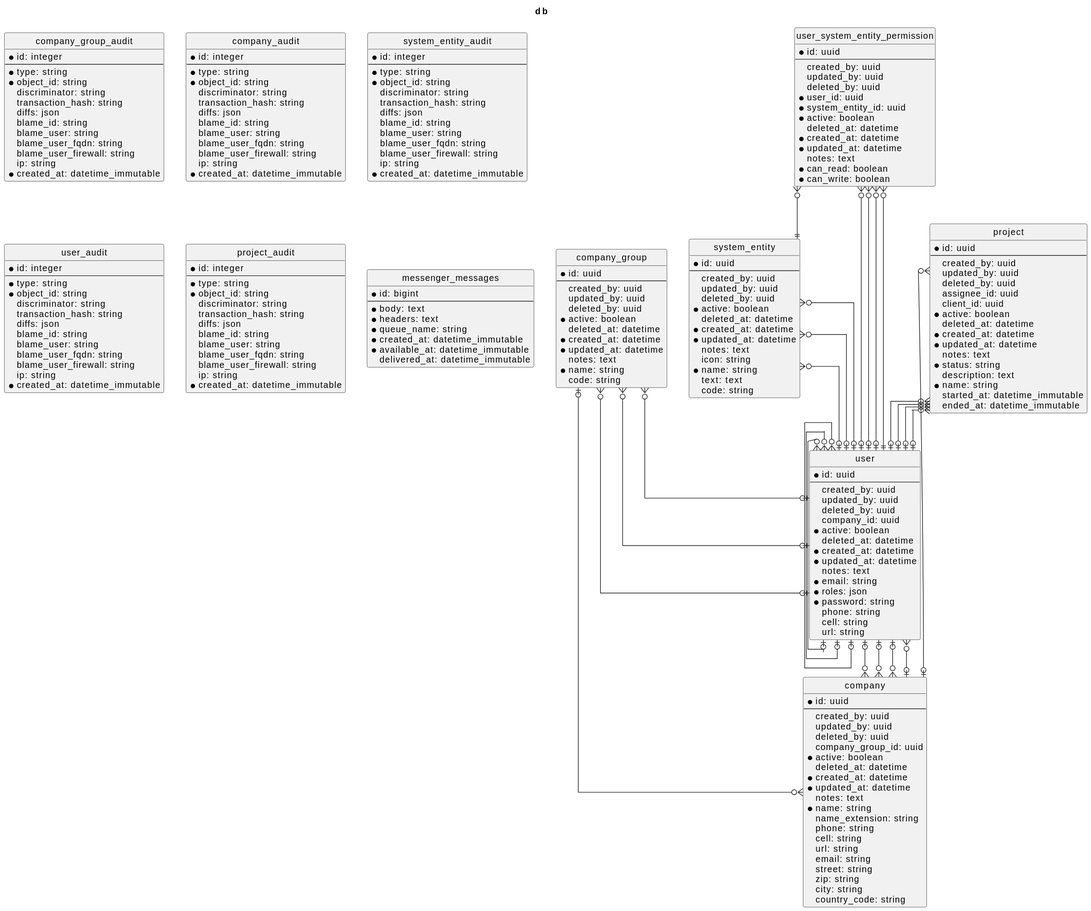
The PlantUML diagram assets/docs/diagram-er.svg in cschorr/symfony-core-bundle, before a commit.
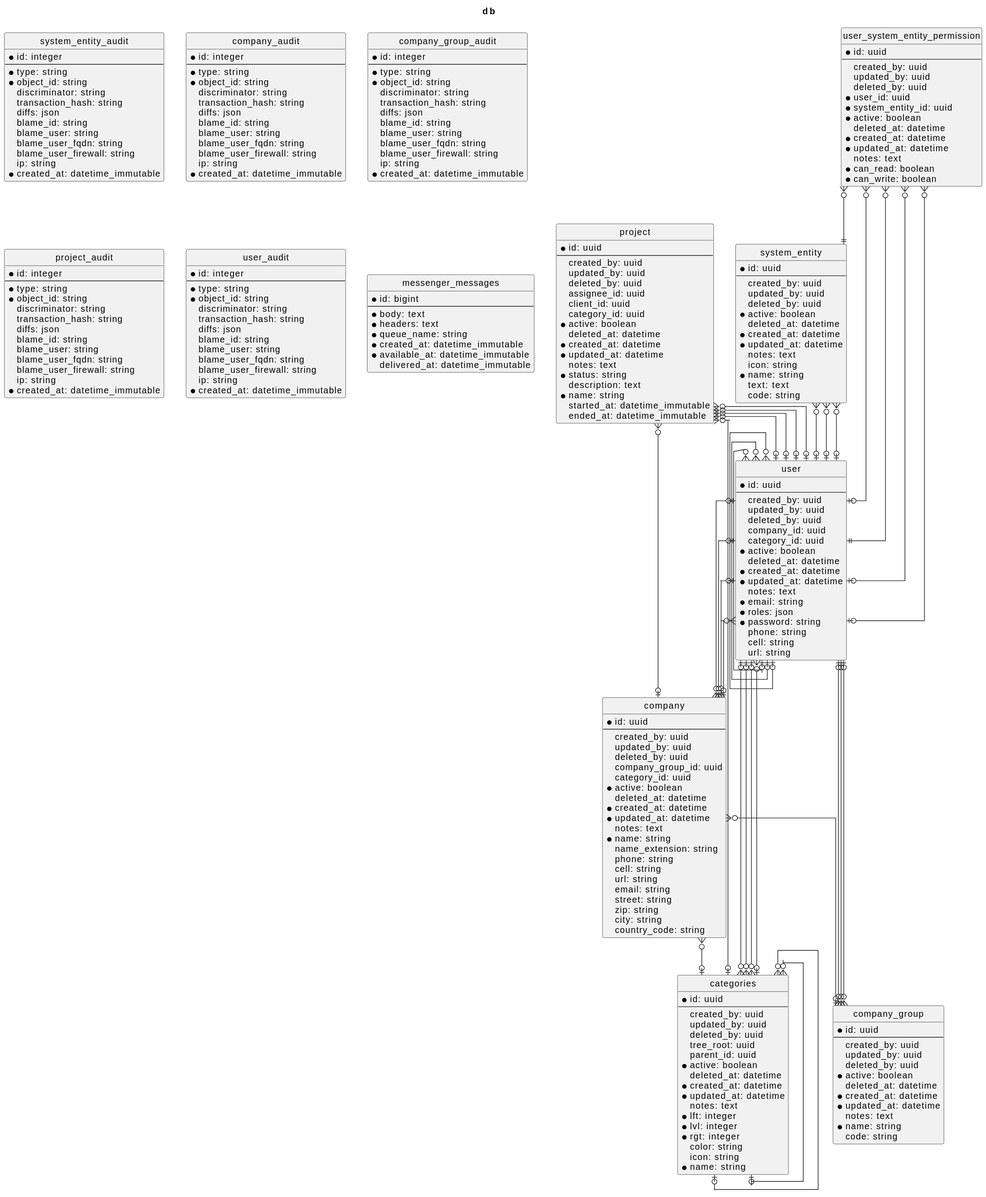
Later version of the same file.

Commit message:
feat: add categories to user & project

Diff of the diagram source:
```diff
@@ -5,7 +5,7 @@
 skinparam LineType Ortho
 title db
 !theme _none_
-entity company_group_audit {
+entity system_entity_audit {
 * id: integer
 --
 * type: string
@@ -35,7 +35,22 @@
  ip: string
 * created_at: datetime_immutable
 }
-entity system_entity_audit {
+entity company_group_audit {
+* id: integer
+--
+* type: string
+* object_id: string
+ discriminator: string
+ transaction_hash: string
+ diffs: json
+ blame_id: string
+ blame_user: string
+ blame_user_fqdn: string
+ blame_user_firewall: string
+ ip: string
+* created_at: datetime_immutable
+}
+entity project_audit {
 * id: integer
 --
 * type: string
@@ -65,21 +80,6 @@
  ip: string
 * created_at: datetime_immutable
 }
-entity project_audit {
-* id: integer
---
-* type: string
-* object_id: string
- discriminator: string
- transaction_hash: string
- diffs: json
- blame_id: string
- blame_user: string
- blame_user_fqdn: string
- blame_user_firewall: string
- ip: string
-* created_at: datetime_immutable
-}
 entity messenger_messages {
 * id: bigint
 --
@@ -89,43 +89,6 @@
 * created_at: datetime_immutable
 * available_at: datetime_immutable
  delivered_at: datetime_immutable
-}
-entity company_group {
-* id: uuid
---
- created_by: uuid
- updated_by: uuid
- deleted_by: uuid
-* active: boolean
- deleted_at: datetime
-* created_at: datetime
-* updated_at: datetime
- notes: text
-* name: string
- code: string
-}
-entity company {
-* id: uuid
---
- created_by: uuid
- updated_by: uuid
- deleted_by: uuid
- company_group_id: uuid
-* active: boolean
- deleted_at: datetime
-* created_at: datetime
-* updated_at: datetime
- notes: text
-* name: string
- name_extension: string
- phone: string
- cell: string
- url: string
- email: string
- street: string
- zip: string
- city: string
- country_code: string
 }
 entity system_entity {
 * id: uuid
@@ -159,6 +122,84 @@
 * can_read: boolean
 * can_write: boolean
 }
+entity company {
+* id: uuid
+--
+ created_by: uuid
+ updated_by: uuid
+ deleted_by: uuid
+ company_group_id: uuid
+ category_id: uuid
+* active: boolean
+ deleted_at: datetime
+* created_at: datetime
+* updated_at: datetime
+ notes: text
+* name: string
+ name_extension: string
+ phone: string
+ cell: string
+ url: string
+ email: string
+ street: string
+ zip: string
+ city: string
+ country_code: string
+}
+entity company_group {
+* id: uuid
+--
+ created_by: uuid
+ updated_by: uuid
+ deleted_by: uuid
+* active: boolean
+ deleted_at: datetime
+* created_at: datetime
+* updated_at: datetime
+ notes: text
+* name: string
+ code: string
+}
+entity categories {
+* id: uuid
+--
+ created_by: uuid
+ updated_by: uuid
+ deleted_by: uuid
+ tree_root: uuid
+ parent_id: uuid
+* active: boolean
+ deleted_at: datetime
+* created_at: datetime
+* updated_at: datetime
+ notes: text
+* lft: integer
+* lvl: integer
+* rgt: integer
+ color: string
+ icon: string
+* name: string
+}
+entity project {
+* id: uuid
+--
+ created_by: uuid
+ updated_by: uuid
+ deleted_by: uuid
+ assignee_id: uuid
+ client_id: uuid
+ category_id: uuid
+* active: boolean
+ deleted_at: datetime
+* created_at: datetime
+* updated_at: datetime
+ notes: text
+* status: string
+ description: text
+* name: string
+ started_at: datetime_immutable
+ ended_at: datetime_immutable
+}
 entity user {
 * id: uuid
 --
@@ -166,6 +207,7 @@
  updated_by: uuid
  deleted_by: uuid
  company_id: uuid
+ category_id: uuid
 * active: boolean
  deleted_at: datetime
 * created_at: datetime
@@ -178,47 +220,36 @@
  cell: string
  url: string
 }
-entity project {
-* id: uuid
---
- created_by: uuid
- updated_by: uuid
- deleted_by: uuid
- assignee_id: uuid
- client_id: uuid
-* active: boolean
- deleted_at: datetime
-* created_at: datetime
-* updated_at: datetime
- notes: text
-* status: string
- description: text
-* name: string
- started_at: datetime_immutable
- ended_at: datetime_immutable
-}
-company_group }o--o| user
-company_group }o--o| user
-company_group }o--o| user
+system_entity }o--o| user
+system_entity }o--o| user
+system_entity }o--o| user
+user_system_entity_permission }o--|| system_entity
+user_system_entity_permission }o--o| user
+user_system_entity_permission }o--|| user
+user_system_entity_permission }o--o| user
+user_system_entity_permission }o--o| user
+company }o--o| categories
 company }o--o| user
 company }o--o| user
 company }o--o| company_group
 company }o--o| user
-system_entity }o--o| user
-system_entity }o--o| user
-system_entity }o--o| user
-user_system_entity_permission }o--o| user
-user_system_entity_permission }o--o| user
-user_system_entity_permission }o--|| system_entity
-user_system_entity_permission }o--o| user
-user_system_entity_permission }o--|| user
-user }o--o| company
+company_group }o--o| user
+company_group }o--o| user
+company_group }o--o| user
+categories }o--o| user
+categories }o--o| user
+categories }o--o| categories
+categories }o--o| user
+categories }o--o| categories
+project }o--o| user
+project }o--o| company
+project }o--o| user
+project }o--o| categories
+project }o--o| user
+project }o--o| user
 user }o--o| user
 user }o--o| user
 user }o--o| user
-project }o--o| company
-project }o--o| user
-project }o--o| user
-project }o--o| user
-project }o--o| user
+user }o--o| categories
+user }o--o| company
 @enduml
```
